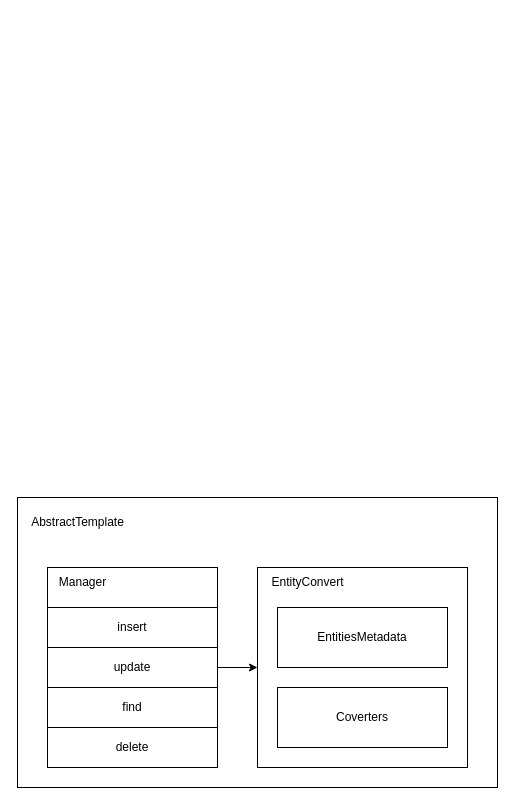
Earlier version of the draw.io diagram page "data-accessor 0.5" (2 of 3) of store.drawio (zhongchun/daily). Source tidied: cells renumbered, new cells numbered last; positions are measured from the earlier drawing's top-left corner, leaving out a move shared by most shapes. Both pictures are drawn from the tidied source at 100%, with x=0, y=0 at pixel (17, 497).
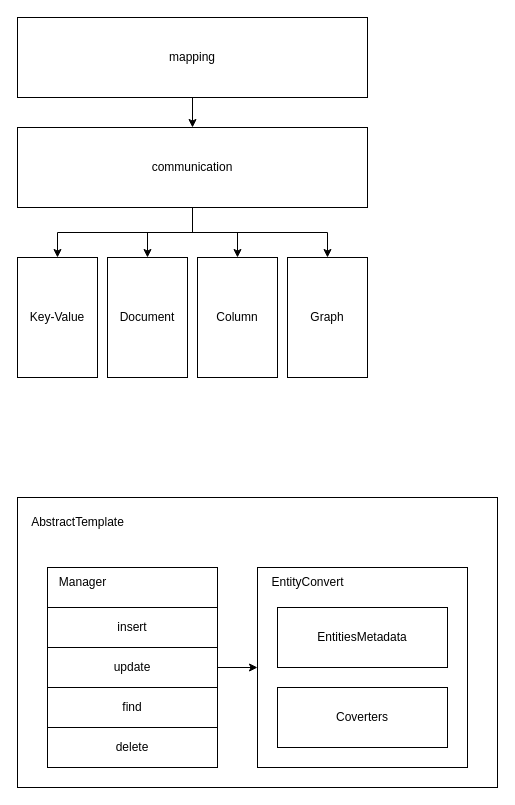
The same diagram, later.

What changed in the source:
```diff
@@
+    <mxCell id="15" style="edgeStyle=orthogonalEdgeStyle;rounded=0;jettySize=auto;html=1;" parent="1" edge="1" source="16" target="19">
+      <mxGeometry relative="1" as="geometry" />
+    </mxCell>
+    <mxCell id="16" value="mapping" style="rounded=0;whiteSpace=wrap;html=1;" parent="1" vertex="1">
+      <mxGeometry y="-480" width="350" height="80" as="geometry" />
+    </mxCell>
+    <mxCell id="17" style="edgeStyle=orthogonalEdgeStyle;rounded=0;jettySize=auto;html=1;" parent="1" edge="1" source="19" target="20">
+      <mxGeometry relative="1" as="geometry" />
+    </mxCell>
+    <mxCell id="18" style="edgeStyle=orthogonalEdgeStyle;rounded=0;jettySize=auto;html=1;" parent="1" edge="1" source="19" target="21">
+      <mxGeometry relative="1" as="geometry" />
+    </mxCell>
+    <mxCell id="19" value="communication" style="rounded=0;whiteSpace=wrap;html=1;" parent="1" vertex="1">
+      <mxGeometry y="-370" width="350" height="80" as="geometry" />
+    </mxCell>
+    <mxCell id="20" value="Key-Value" style="rounded=0;whiteSpace=wrap;html=1;" parent="1" vertex="1">
+      <mxGeometry y="-240" width="80" height="120" as="geometry" />
+    </mxCell>
+    <mxCell id="21" value="Document" style="rounded=0;whiteSpace=wrap;html=1;" parent="1" vertex="1">
+      <mxGeometry x="90" y="-240" width="80" height="120" as="geometry" />
+    </mxCell>
+    <mxCell id="22" value="Column" style="rounded=0;whiteSpace=wrap;html=1;" parent="1" vertex="1">
+      <mxGeometry x="180" y="-240" width="80" height="120" as="geometry" />
+    </mxCell>
+    <mxCell id="23" value="Graph" style="rounded=0;whiteSpace=wrap;html=1;" parent="1" vertex="1">
+      <mxGeometry x="270" y="-240" width="80" height="120" as="geometry" />
+    </mxCell>
+    <mxCell id="24" style="endArrow=classic;html=1;rounded=0;exitX=0.5;exitY=1;exitDx=0;exitDy=0;entryX=0.5;entryY=0;entryDx=0;entryDy=0;edgeStyle=orthogonalEdgeStyle;" parent="1" edge="1" source="19" target="23">
+      <mxGeometry relative="1" as="geometry" />
+    </mxCell>
+    <mxCell id="25" style="endArrow=classic;html=1;rounded=0;exitX=0.5;exitY=1;exitDx=0;exitDy=0;entryX=0.5;entryY=0;entryDx=0;entryDy=0;edgeStyle=orthogonalEdgeStyle;" parent="1" edge="1" source="19" target="22">
+      <mxGeometry relative="1" as="geometry" />
+    </mxCell>
```
